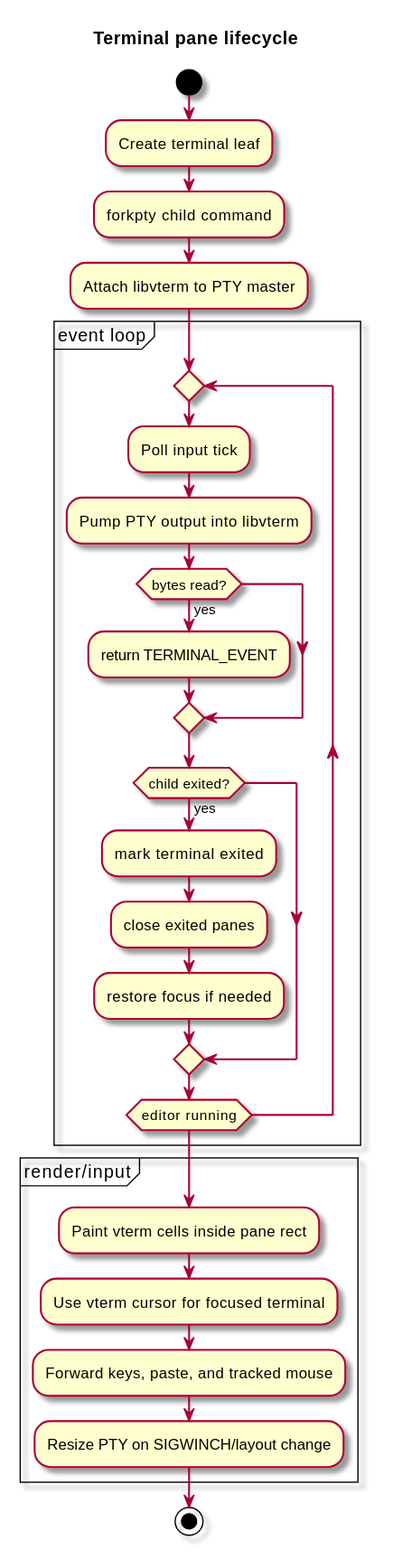
This is docs/diagrams/svg/terminal-pane-flow.svg from kokkoniemi/rotide, a PlantUML export, as it was before one commit. Its source is kept beside it as docs/diagrams/src/terminal-pane-flow.puml.
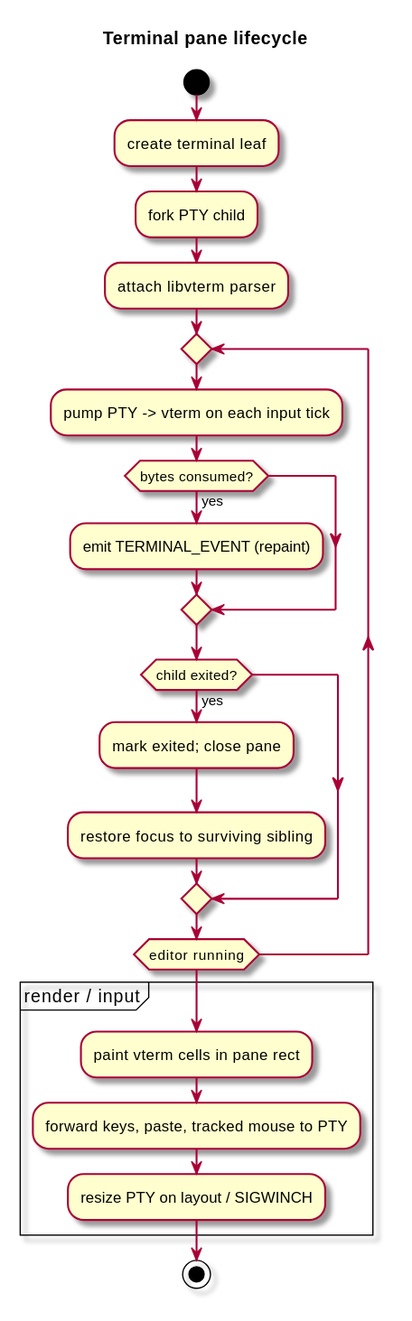
Later version of the same file.

Change to the diagram source:
```diff
@@ -4,30 +4,25 @@
 title Terminal pane lifecycle
 
 start
-:Create terminal leaf;
-:forkpty child command;
-:Attach libvterm to PTY master;
+:create terminal leaf;
+:fork PTY child;
+:attach libvterm parser;
 
-partition "event loop" {
-	repeat
-		:Poll input tick;
-		:Pump PTY output into libvterm;
-		if (bytes read?) then (yes)
-			:return TERMINAL_EVENT;
-		endif
-		if (child exited?) then (yes)
-			:mark terminal exited;
-			:close exited panes;
-			:restore focus if needed;
-		endif
-	repeat while (editor running)
-}
+repeat
+  :pump PTY -> vterm on each input tick;
+  if (bytes consumed?) then (yes)
+    :emit TERMINAL_EVENT (repaint);
+  endif
+  if (child exited?) then (yes)
+    :mark exited; close pane;
+    :restore focus to surviving sibling;
+  endif
+repeat while (editor running)
 
-partition "render/input" {
-	:Paint vterm cells inside pane rect;
-	:Use vterm cursor for focused terminal;
-	:Forward keys, paste, and tracked mouse;
-	:Resize PTY on SIGWINCH/layout change;
+partition "render / input" {
+  :paint vterm cells in pane rect;
+  :forward keys, paste, tracked mouse to PTY;
+  :resize PTY on layout / SIGWINCH;
 }
 
 stop
```
